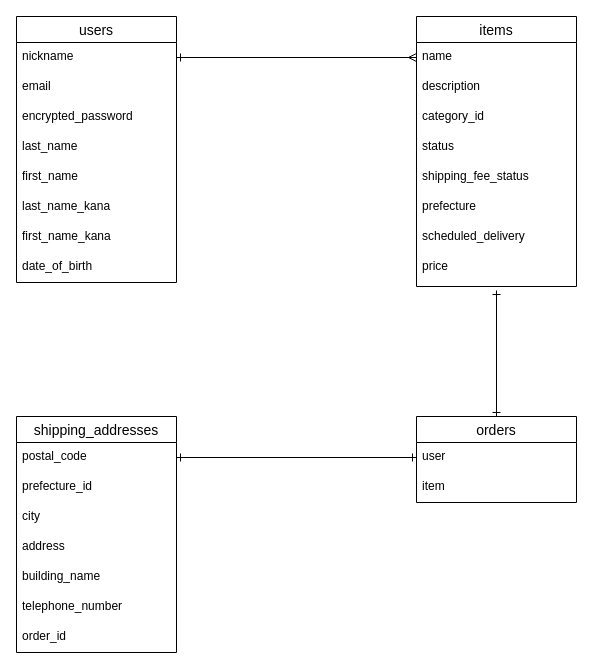
Before: ER.dio in maaatsu/furima-39302, a draw.io diagram. Source tidied: cells renumbered, new cells numbered last; positions are measured from the earlier drawing's top-left corner, leaving out a move shared by most shapes. Both pictures are drawn from the tidied source at 100%, with x=0, y=0 at pixel (16, 16).
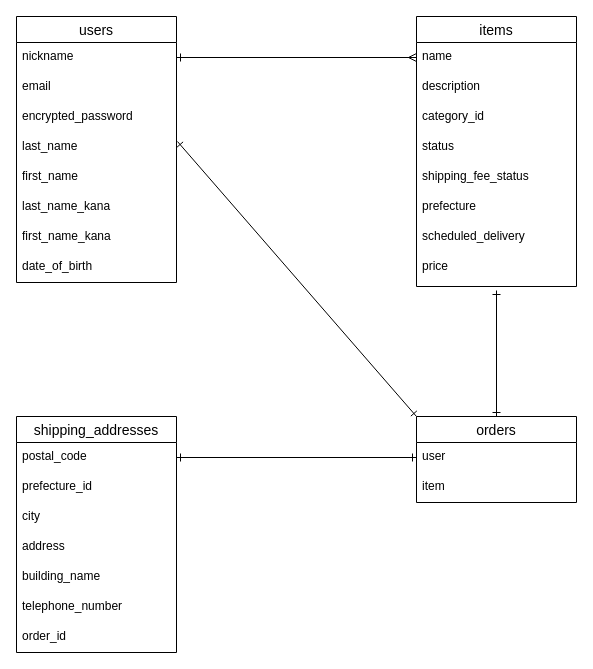
The same page after the edit.

Unchanged cells that the change refers to:
```xml
<mxCell id="6" value="last_name" style="text;strokeColor=none;fillColor=none;spacingLeft=4;spacingRight=4;overflow=hidden;points=[[0,0.5],[1,0.5]];portConstraint=eastwest;fontSize=12;" parent="2" vertex="1">
  <mxGeometry y="116" width="160" height="30" as="geometry" />
</mxCell>
<mxCell id="29" value="orders" style="swimlane;fontStyle=0;horizontal=1;startSize=26;align=center;fontSize=14;" parent="1" vertex="1">
  <mxGeometry x="400" y="400" width="160" height="86" as="geometry" />
</mxCell>
```

Change to the diagram source:
```diff
@@
+    <mxCell id="34" style="edgeStyle=none;html=1;exitX=0;exitY=0;exitDx=0;exitDy=0;entryX=1.006;entryY=0.3;entryDx=0;entryDy=0;entryPerimeter=0;startArrow=ERone;startFill=0;endArrow=ERone;endFill=0;" parent="1" edge="1" source="29" target="6">
+      <mxGeometry relative="1" as="geometry" />
+    </mxCell>
```
